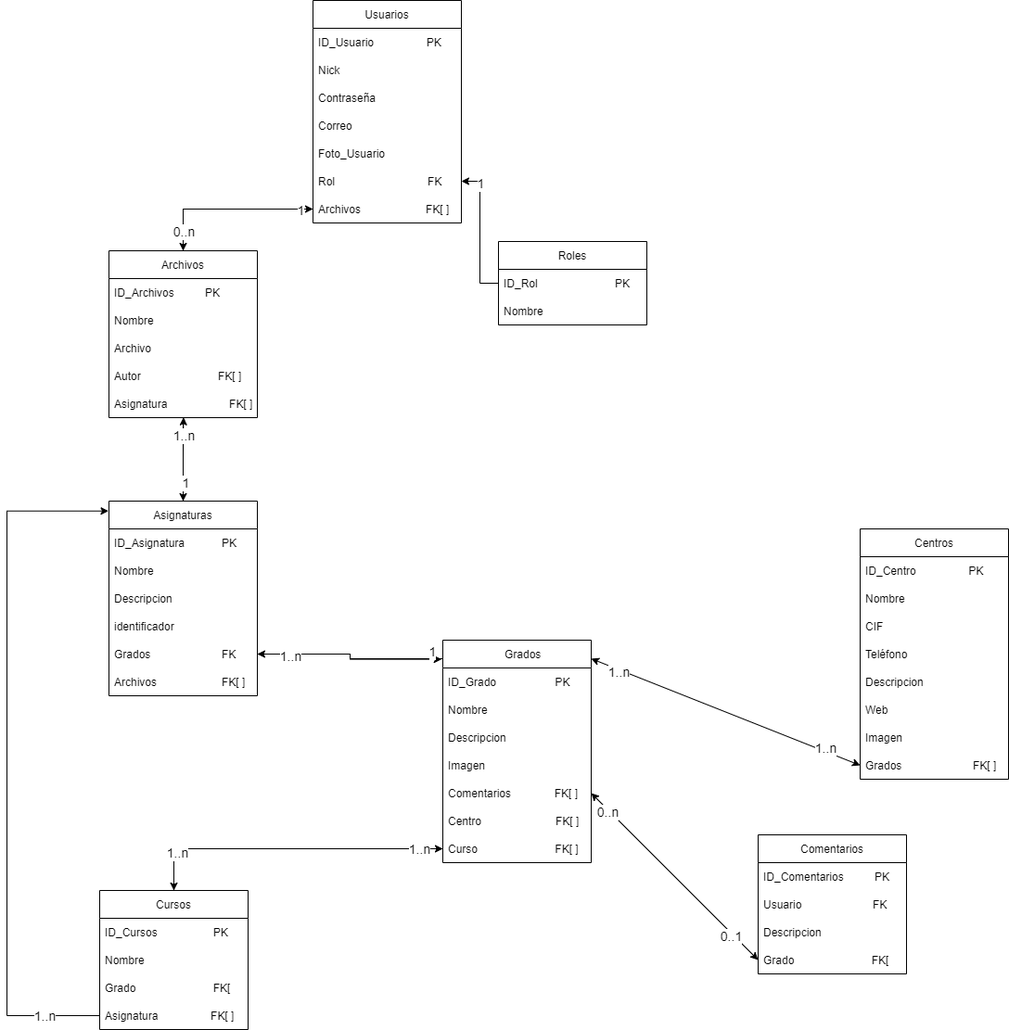
The draw.io diagram Untitled Diagram.drawio.png in slorentemontoro/NoteChat, before a commit. Source tidied: cells renumbered, new cells last; positions are measured from the earlier drawing's top-left corner, leaving out a move shared by most shapes.
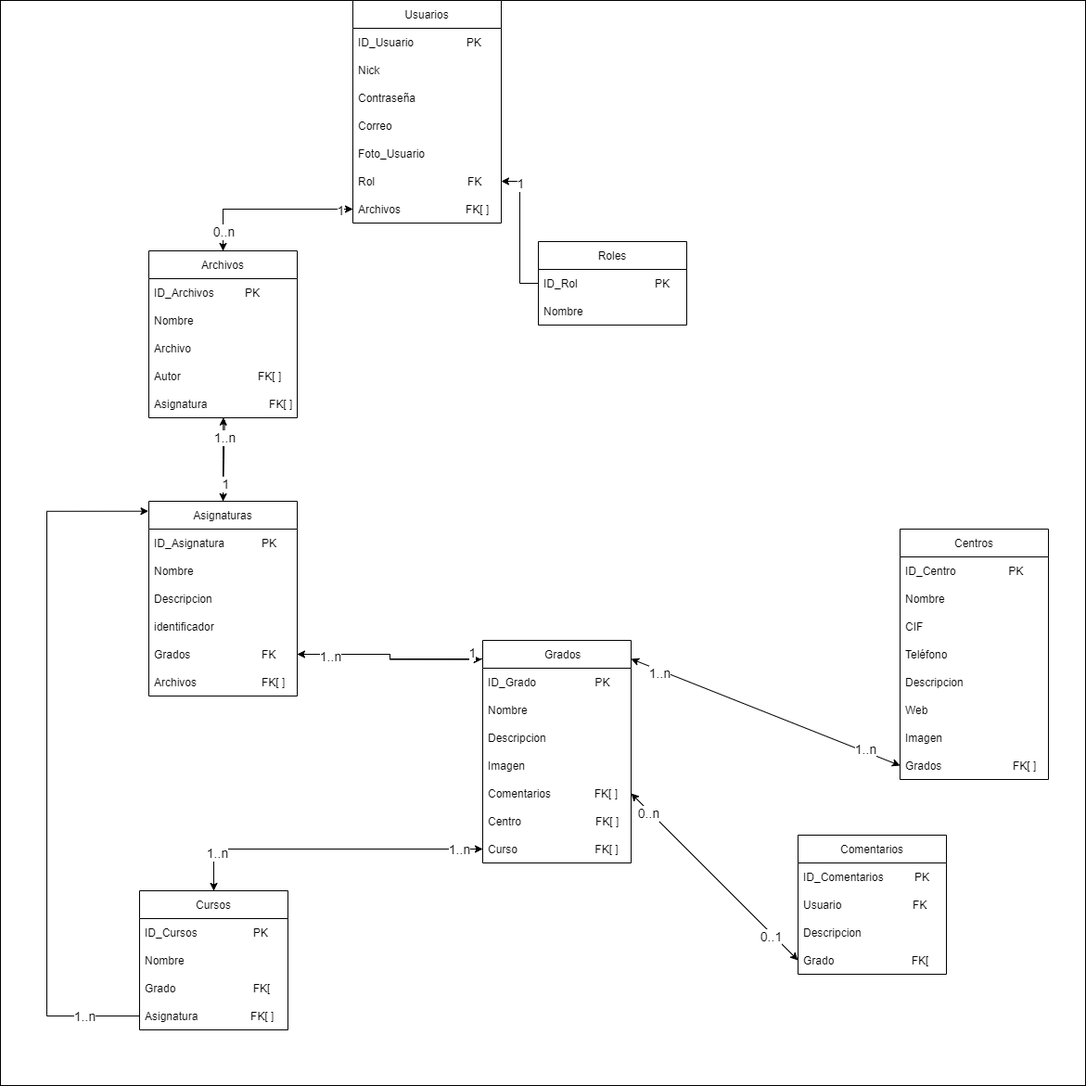
The same file after the commit.

The edit, as a diff of the source:
```diff
@@ -2,6 +2,9 @@
   <root>
     <mxCell id="0" />
     <mxCell id="1" parent="0" />
+    <mxCell id="79" style="whiteSpace=wrap;html=1;fontSize=14;" parent="1" vertex="1">
+      <mxGeometry x="-50" width="1170" height="1170" as="geometry" />
+    </mxCell>
     <mxCell id="2" value="Usuarios" style="swimlane;fontStyle=0;horizontal=1;startSize=30;" parent="1" vertex="1">
       <mxGeometry x="330" width="160" height="240" as="geometry" />
     </mxCell>
```
